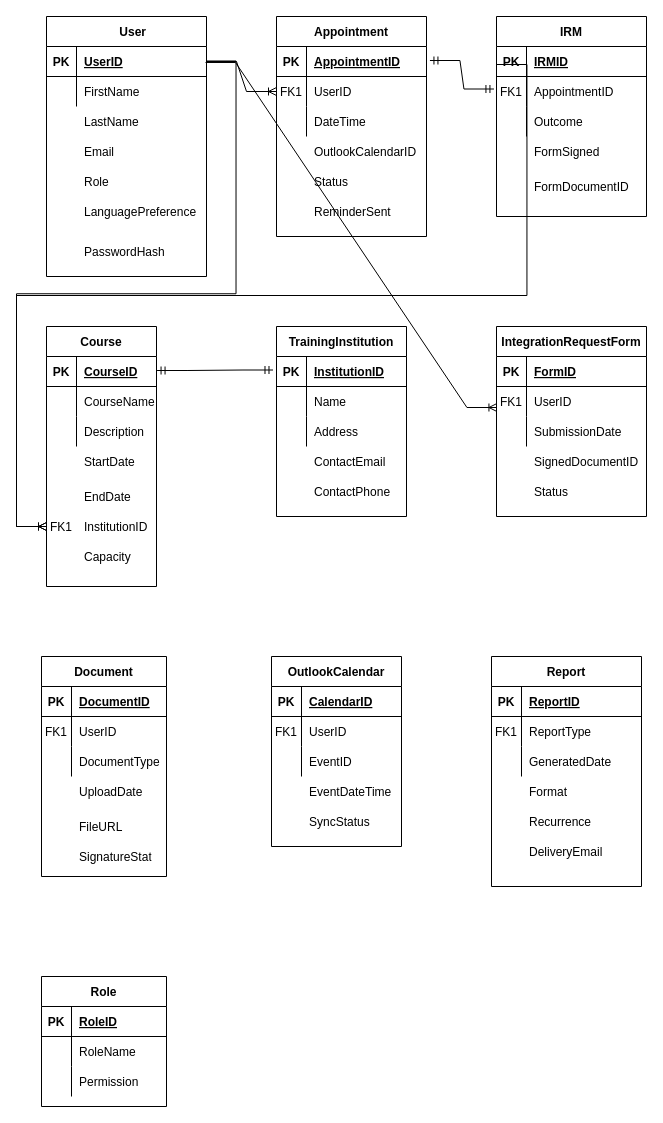
Before: I belong.drawio in nataleletizia/ibelong, a draw.io diagram. Source tidied: cells renumbered, new cells numbered last; positions are measured from the earlier drawing's top-left corner, leaving out a move shared by most shapes. Both pictures are drawn from the tidied source at 100%, with x=0, y=0 at pixel (41, 16).
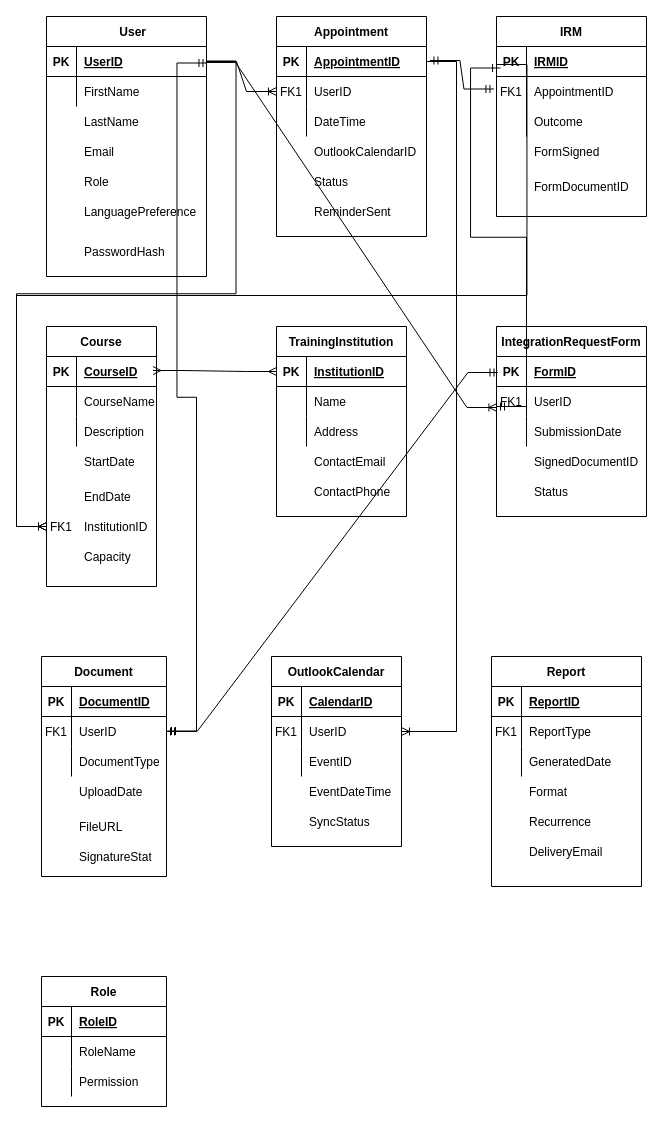
The same page after the edit.

Unchanged cells that the change refers to:
```xml
<mxCell id="3" style="shape=partialRectangle;fillColor=none;points=[[0,0.5],[1,0.5]];portConstraint=eastwest;top=0;left=0;right=0;bottom=1;" parent="2" vertex="1">
  <mxGeometry y="30" width="150" height="30" as="geometry" />
</mxCell>
<mxCell id="13" style="shape=partialRectangle;fillColor=none;points=[[0,0.5],[1,0.5]];portConstraint=eastwest;top=0;left=0;right=0;bottom=1;" parent="12" vertex="1">
  <mxGeometry y="30" width="150" height="30" as="geometry" />
</mxCell>
<mxCell id="23" style="shape=partialRectangle;fillColor=none;points=[[0,0.5],[1,0.5]];portConstraint=eastwest;top=0;left=0;right=0;bottom=1;" parent="22" vertex="1">
  <mxGeometry y="30" width="160" height="30" as="geometry" />
</mxCell>
<mxCell id="30" style="shape=partialRectangle;fillColor=none;points=[[0,0.5],[1,0.5]];portConstraint=eastwest;top=0;left=0;right=0;bottom=1;" parent="29" vertex="1">
  <mxGeometry y="30" width="110" height="30" as="geometry" />
</mxCell>
<mxCell id="40" style="shape=partialRectangle;fillColor=none;points=[[0,0.5],[1,0.5]];portConstraint=eastwest;top=0;left=0;right=0;bottom=1;" parent="39" vertex="1">
  <mxGeometry y="30" width="130" height="30" as="geometry" />
</mxCell>
<mxCell id="50" style="shape=partialRectangle;fillColor=none;points=[[0,0.5],[1,0.5]];portConstraint=eastwest;top=0;left=0;right=0;bottom=1;" parent="49" vertex="1">
  <mxGeometry y="30" width="150" height="30" as="geometry" />
</mxCell>
<mxCell id="83" style="shape=partialRectangle;fillColor=none;points=[[0,0.5],[1,0.5]];portConstraint=eastwest;top=0;left=0;right=0;bottom=0;" parent="79" vertex="1">
  <mxGeometry y="60" width="125" height="30" as="geometry" />
</mxCell>
<mxCell id="93" style="shape=partialRectangle;fillColor=none;points=[[0,0.5],[1,0.5]];portConstraint=eastwest;top=0;left=0;right=0;bottom=0;" parent="89" vertex="1">
  <mxGeometry y="60" width="130" height="30" as="geometry" />
</mxCell>
```

Diff of the diagram source:
```diff
@@
-    <mxCell id="133" style="edgeStyle=entityRelationEdgeStyle;fontSize=12;html=1;endArrow=ERmandOne;startArrow=ERmandOne;rounded=0;exitX=1.005;exitY=0.467;exitDx=0;exitDy=0;exitPerimeter=0;entryX=-0.027;entryY=0.45;entryDx=0;entryDy=0;entryPerimeter=0;" parent="1" edge="1" source="30" target="40">
+    <mxCell id="133" style="edgeStyle=entityRelationEdgeStyle;fontSize=12;html=1;endArrow=ERmany;startArrow=ERmany;rounded=0;exitX=0.968;exitY=0.467;exitDx=0;exitDy=0;exitPerimeter=0;" parent="1" edge="1" source="30" target="40">
       <mxGeometry relative="1" as="geometry" />
     </mxCell>
+    <mxCell id="134" style="edgeStyle=entityRelationEdgeStyle;fontSize=12;html=1;endArrow=ERmandOne;startArrow=ERmandOne;rounded=0;entryX=0.027;entryY=0.717;entryDx=0;entryDy=0;entryPerimeter=0;" parent="1" edge="1" target="13">
+      <mxGeometry relative="1" as="geometry">
+        <mxPoint x="455" y="390" as="sourcePoint" />
+      </mxGeometry>
+    </mxCell>
+    <mxCell id="135" style="edgeStyle=entityRelationEdgeStyle;fontSize=12;html=1;endArrow=ERmandOne;startArrow=ERmandOne;rounded=0;entryX=1.003;entryY=0.55;entryDx=0;entryDy=0;entryPerimeter=0;" parent="1" edge="1" source="83" target="23">
+      <mxGeometry relative="1" as="geometry" />
+    </mxCell>
+    <mxCell id="136" style="edgeStyle=entityRelationEdgeStyle;fontSize=12;html=1;endArrow=ERmandOne;startArrow=ERmandOne;rounded=0;entryX=0.01;entryY=0.533;entryDx=0;entryDy=0;entryPerimeter=0;exitX=1.008;exitY=0.483;exitDx=0;exitDy=0;exitPerimeter=0;" parent="1" edge="1" source="83" target="50">
+      <mxGeometry relative="1" as="geometry" />
+    </mxCell>
+    <mxCell id="137" style="edgeStyle=entityRelationEdgeStyle;fontSize=12;html=1;endArrow=ERoneToMany;rounded=0;" parent="1" edge="1" source="3" target="93">
+      <mxGeometry relative="1" as="geometry" />
+    </mxCell>
```
